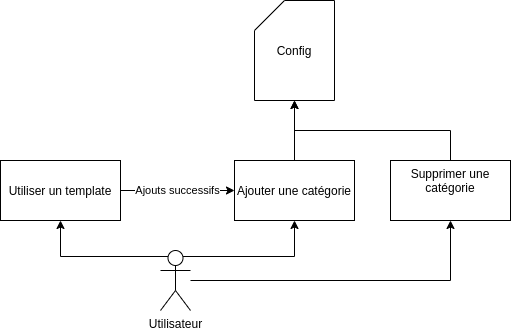
Before: pictures/diag_template.png, a diagram exported from draw.io (clementvtrd/rapport-stage-master). Source tidied: cells renumbered, new cells last; positions are measured from the earlier drawing's top-left corner, leaving out a move shared by most shapes.
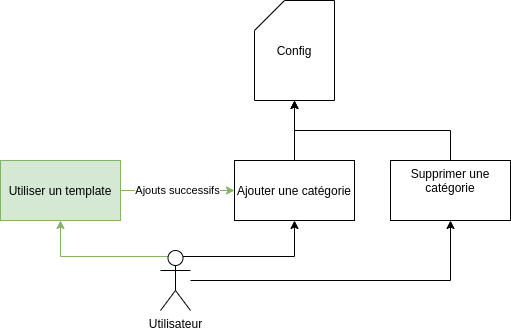
After the change.

The edit, as a diff of the source:
```diff
@@ -14,7 +14,7 @@
     <mxCell id="5" style="edgeStyle=orthogonalEdgeStyle;rounded=0;jettySize=auto;html=1;entryX=0.5;entryY=1;entryDx=0;entryDy=0;exitX=0.75;exitY=0.1;exitDx=0;exitDy=0;exitPerimeter=0;" parent="1" edge="1" source="8" target="3">
       <mxGeometry relative="1" as="geometry" />
     </mxCell>
-    <mxCell id="6" style="edgeStyle=orthogonalEdgeStyle;rounded=0;jettySize=auto;html=1;entryX=0.5;entryY=1;entryDx=0;entryDy=0;exitX=0.25;exitY=0.1;exitDx=0;exitDy=0;exitPerimeter=0;" parent="1" edge="1" source="8" target="9">
+    <mxCell id="6" style="edgeStyle=orthogonalEdgeStyle;rounded=0;jettySize=auto;html=1;entryX=0.5;entryY=1;entryDx=0;entryDy=0;exitX=0.25;exitY=0.1;exitDx=0;exitDy=0;exitPerimeter=0;fillColor=#d5e8d4;strokeColor=#82b366;" parent="1" edge="1" source="8" target="9">
       <mxGeometry relative="1" as="geometry" />
     </mxCell>
     <mxCell id="7" style="edgeStyle=orthogonalEdgeStyle;rounded=0;jettySize=auto;html=1;" parent="1" edge="1" source="8" target="12">
@@ -23,10 +23,10 @@
     <mxCell id="8" value="Utilisateur" style="shape=umlActor;verticalLabelPosition=bottom;verticalAlign=top;html=1;outlineConnect=0;" parent="1" vertex="1">
       <mxGeometry x="160" y="250" width="30" height="60" as="geometry" />
     </mxCell>
-    <mxCell id="9" value="Utiliser un template" style="rounded=0;whiteSpace=wrap;html=1;" parent="1" vertex="1">
+    <mxCell id="9" value="Utiliser un template" style="rounded=0;whiteSpace=wrap;html=1;fillColor=#d5e8d4;strokeColor=#82b366;" parent="1" vertex="1">
       <mxGeometry y="160" width="120" height="60" as="geometry" />
     </mxCell>
-    <mxCell id="10" value="Ajouts successifs" style="endArrow=classic;html=1;exitX=1;exitY=0.5;exitDx=0;exitDy=0;entryX=0;entryY=0.5;entryDx=0;entryDy=0;" parent="1" edge="1" source="9" target="3">
+    <mxCell id="10" value="Ajouts successifs" style="endArrow=classic;html=1;exitX=1;exitY=0.5;exitDx=0;exitDy=0;entryX=0;entryY=0.5;entryDx=0;entryDy=0;fillColor=#d5e8d4;strokeColor=#82b366;" parent="1" edge="1" source="9" target="3">
       <mxGeometry relative="1" as="geometry" />
     </mxCell>
     <mxCell id="11" style="edgeStyle=orthogonalEdgeStyle;rounded=0;jettySize=auto;html=1;entryX=0.5;entryY=1;entryDx=0;entryDy=0;entryPerimeter=0;exitX=0.5;exitY=0;exitDx=0;exitDy=0;" parent="1" edge="1" source="12" target="4">
```
